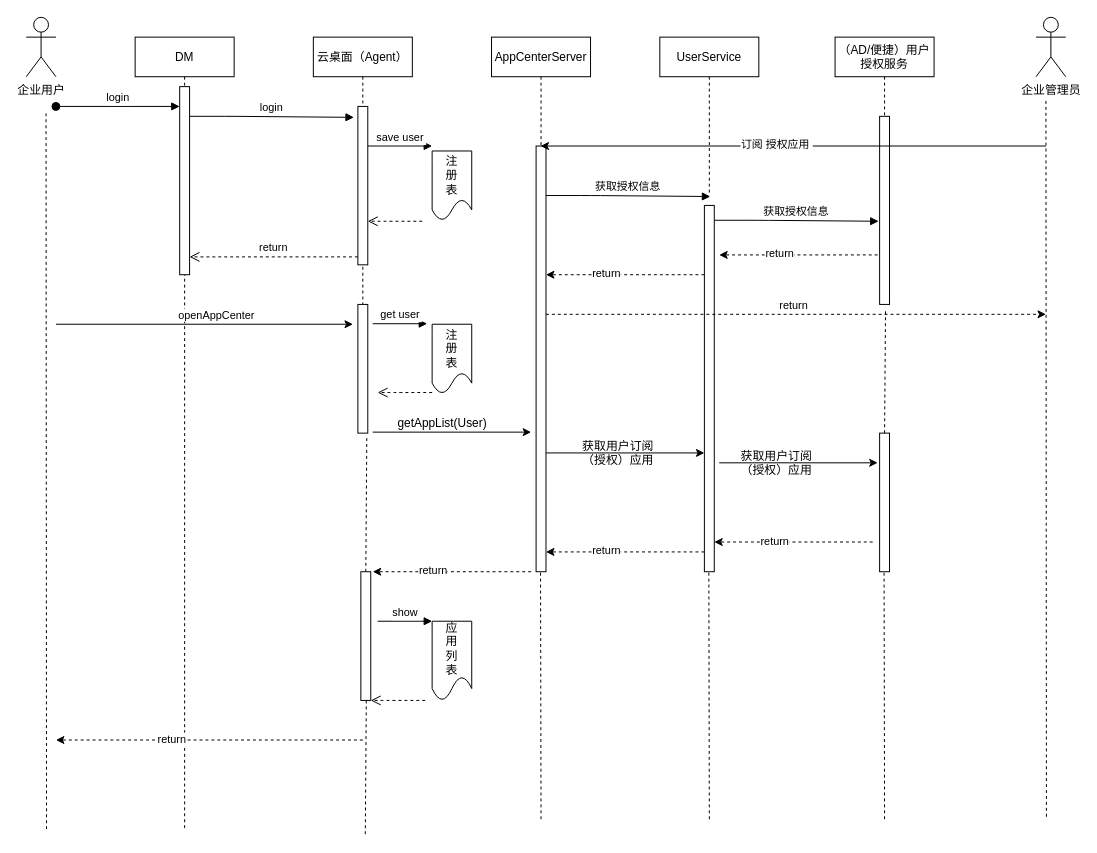
chenkangzeng/appstreaming keeps this draw.io diagram as app_get_user_info.drawio. Above is the earlier version. Source tidied: cells renumbered, new cells numbered last; positions are measured from the earlier drawing's top-left corner, leaving out a move shared by most shapes. Both pictures are drawn from the tidied source at 99%, with x=0, y=0 at pixel (26, 17).
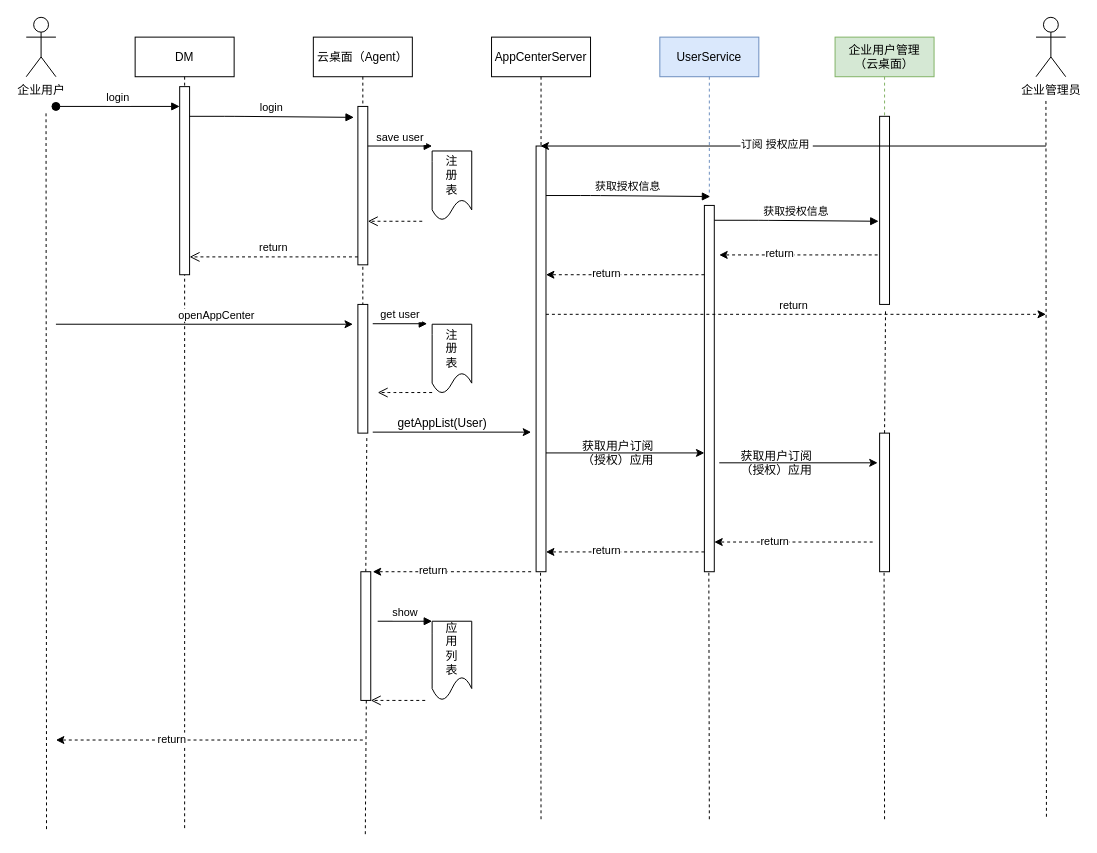
The same diagram, later.

Diff of the diagram source:
```diff
@@
-    <mxCell id="35" value="UserService" style="shape=umlLifeline;perimeter=lifelinePerimeter;rounded=0;shadow=0;strokeWidth=1;" parent="1" vertex="1">
+    <mxCell id="35" value="UserService" style="shape=umlLifeline;perimeter=lifelinePerimeter;rounded=0;shadow=0;strokeWidth=1;fillColor=#dae8fc;strokeColor=#6c8ebf;" parent="1" vertex="1">
       <mxGeometry x="640" y="20" width="100" height="160" as="geometry" />
     </mxCell>
@@
-    <mxCell id="42" value="（AD/便捷）用户&#10;授权服务" style="shape=umlLifeline;perimeter=lifelinePerimeter;rounded=0;shadow=0;strokeWidth=1;" parent="1" vertex="1">
+    <mxCell id="42" value="企业用户管理&#10;（云桌面）" style="shape=umlLifeline;perimeter=lifelinePerimeter;rounded=0;shadow=0;strokeWidth=1;fillColor=#d5e8d4;strokeColor=#82b366;" parent="1" vertex="1">
       <mxGeometry x="817" y="20" width="100" height="80" as="geometry" />
     </mxCell>
```
